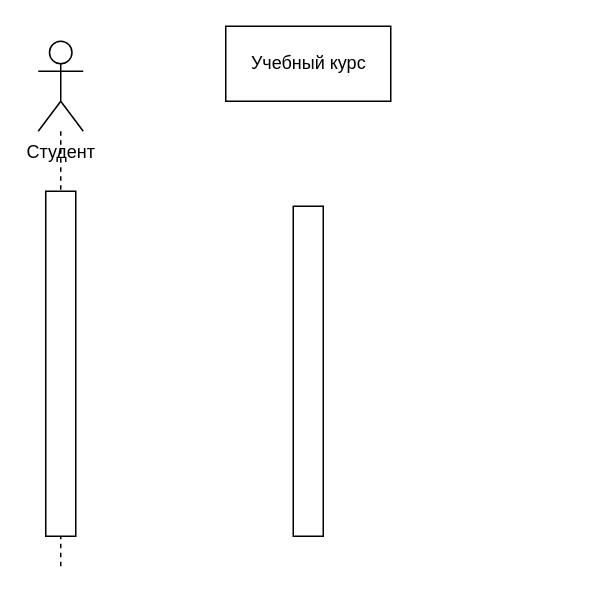
Earlier version of the draw.io diagram 4 практическая АКМ.drawio (Merfarion/Diagrams-and-schemes). Source tidied: cells renumbered, new cells numbered last; positions are measured from the earlier drawing's top-left corner, leaving out a move shared by most shapes. Both pictures are drawn from the tidied source at 150%, with x=0, y=0 at pixel (38, 26).
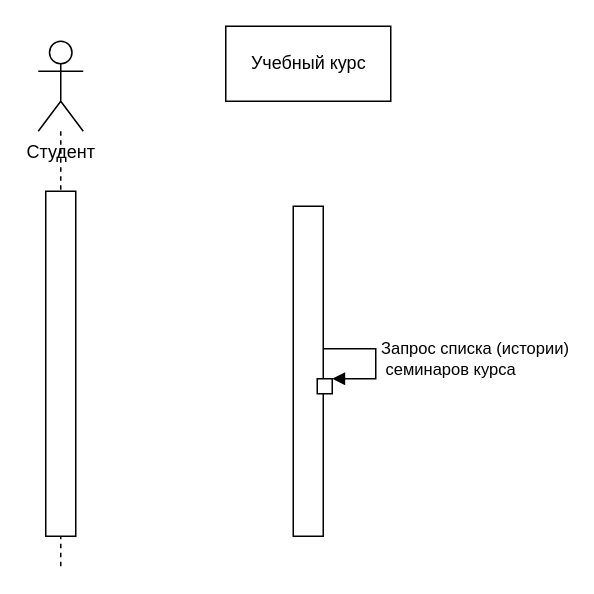
The same page after the edit.

Change to the diagram source:
```diff
@@
 <mxGraphModel background="#ffffff">
   <root>
     <mxCell id="0" />
     <mxCell id="1" parent="0" />
     <mxCell id="2" style="edgeStyle=orthogonalEdgeStyle;rounded=0;jettySize=auto;html=1;endArrow=none;endFill=0;dashed=1;" parent="1" edge="1" source="3" target="4">
       <mxGeometry relative="1" as="geometry" />
     </mxCell>
     <mxCell id="3" value="Студент&lt;br&gt;" style="shape=umlActor;verticalLabelPosition=bottom;verticalAlign=top;html=1;outlineConnect=0;" parent="1" vertex="1">
       <mxGeometry y="10" width="30" height="60" as="geometry" />
     </mxCell>
     <mxCell id="4" style="rounded=0;whiteSpace=wrap;html=1;" parent="1" vertex="1">
       <mxGeometry x="5" y="110" width="20" height="230" as="geometry" />
     </mxCell>
     <mxCell id="5" style="endArrow=none;dashed=1;html=1;strokeWidth=1;entryX=0.5;entryY=1;entryDx=0;entryDy=0;jumpSize=4;" parent="1" edge="1" target="4">
       <mxGeometry relative="1" as="geometry">
         <mxPoint x="15" y="360" as="sourcePoint" />
       </mxGeometry>
     </mxCell>
     <mxCell id="6" style="html=1;points=[];perimeter=orthogonalPerimeter;" parent="1" vertex="1">
       <mxGeometry x="170" y="120" width="20" height="220" as="geometry" />
     </mxCell>
     <mxCell id="7" value="Учебный курс" style="html=1;" parent="1" vertex="1">
       <mxGeometry x="125" width="110" height="50" as="geometry" />
     </mxCell>
+    <mxCell id="8" style="html=1;points=[];perimeter=orthogonalPerimeter;" parent="1" vertex="1">
+      <mxGeometry x="186" y="235" width="10" height="10" as="geometry" />
+    </mxCell>
+    <mxCell id="9" value="&lt;div&gt;Запрос списка (истории)&lt;/div&gt;&lt;div&gt;&amp;nbsp;семинаров курса&lt;/div&gt;" style="edgeStyle=orthogonalEdgeStyle;html=1;align=left;spacingLeft=2;endArrow=block;rounded=0;entryX=1;entryY=0;strokeWidth=1;exitX=0.999;exitY=0.432;exitDx=0;exitDy=0;exitPerimeter=0;" parent="1" edge="1" source="6" target="8">
+      <mxGeometry relative="1" as="geometry">
+        <Array as="points">
+          <mxPoint x="225" y="215" />
+          <mxPoint x="225" y="235" />
+        </Array>
+      </mxGeometry>
+    </mxCell>
   </root>
 </mxGraphModel>
```
